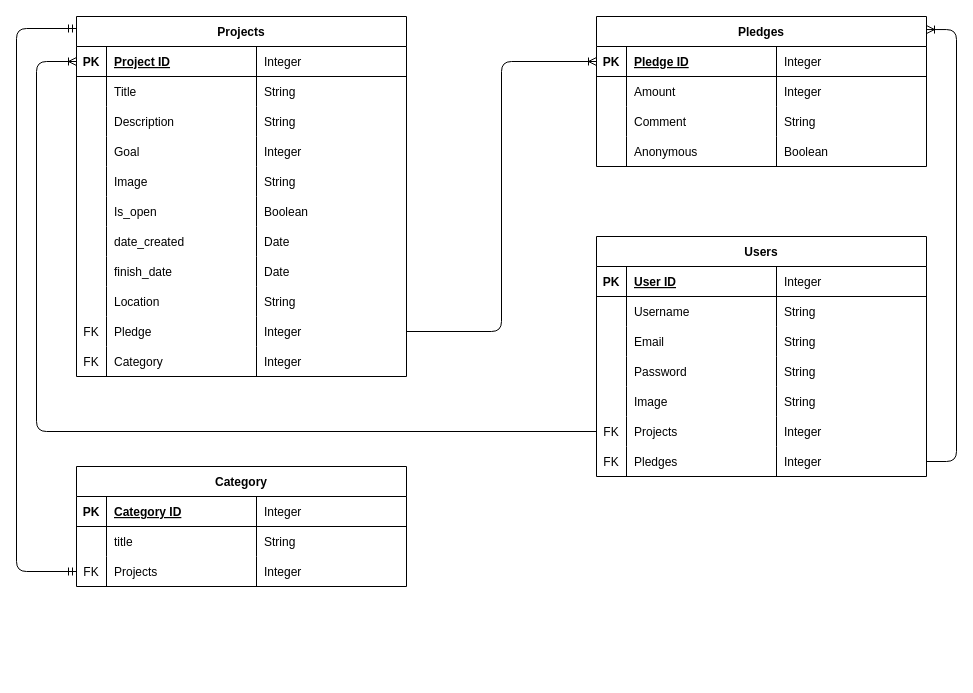
Earlier version of the draw.io diagram crowdfunding/sprout.drawio (ambo-n/crowdfunding_back_end). Source tidied: cells renumbered, new cells numbered last; positions are measured from the earlier drawing's top-left corner, leaving out a move shared by most shapes. Both pictures are drawn from the tidied source at 100%, with x=0, y=0 at pixel (16, 16).
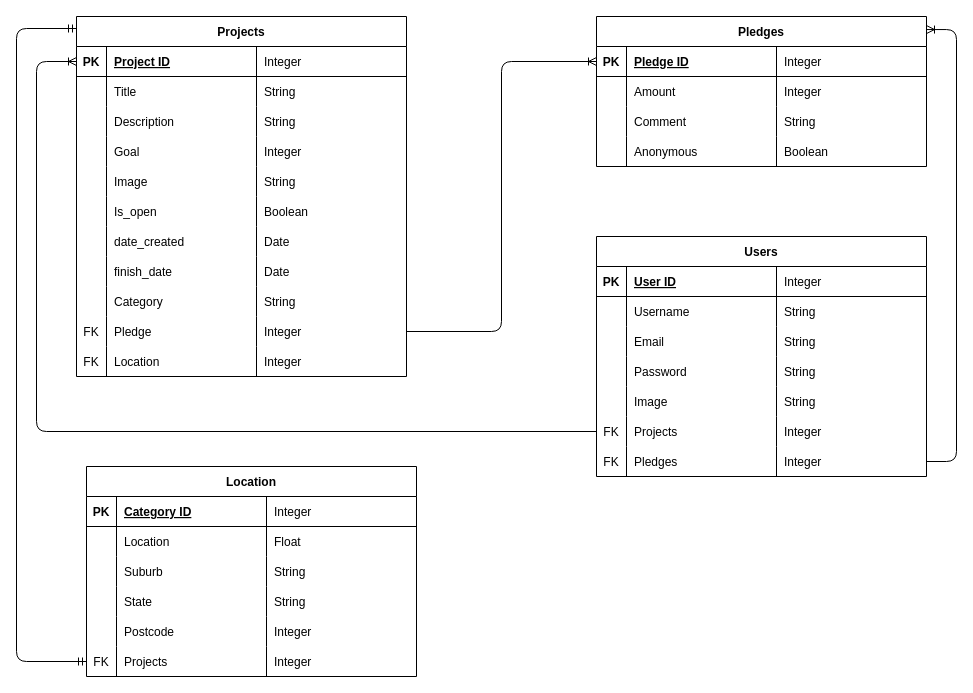
Above is the later version.

Unchanged cells that the change refers to:
```xml
<mxCell id="35" style="shape=tableRow;horizontal=0;startSize=0;swimlaneHead=0;swimlaneBody=0;fillColor=none;top=0;left=0;right=0;bottom=0;" parent="2" vertex="1">
  <mxGeometry y="270" width="330" height="30" as="geometry" />
</mxCell>
<mxCell id="43" style="shape=tableRow;horizontal=0;startSize=0;swimlaneHead=0;swimlaneBody=0;fillColor=none;top=0;left=0;right=0;bottom=0;" parent="2" vertex="1">
  <mxGeometry y="330" width="330" height="30" as="geometry" />
</mxCell>
```

Diff of the diagram source:
```diff
@@
-    <mxCell id="37" value="Location" style="shape=partialRectangle;fillColor=none;top=0;left=0;bottom=0;right=0;align=left;spacingLeft=6;overflow=hidden;" parent="35" vertex="1">
+    <mxCell id="37" value="Category" style="shape=partialRectangle;fillColor=none;top=0;left=0;bottom=0;right=0;align=left;spacingLeft=6;overflow=hidden;" parent="35" vertex="1">
       <mxGeometry x="30" width="150" height="30" as="geometry" />
     </mxCell>
@@
-    <mxCell id="45" value="Category" style="shape=partialRectangle;fillColor=none;top=0;left=0;bottom=0;right=0;align=left;spacingLeft=6;overflow=hidden;" parent="43" vertex="1">
+    <mxCell id="45" value="Location" style="shape=partialRectangle;fillColor=none;top=0;left=0;bottom=0;right=0;align=left;spacingLeft=6;overflow=hidden;" parent="43" vertex="1">
       <mxGeometry x="30" width="150" height="30" as="geometry" />
     </mxCell>
@@
-    <mxCell id="95" value="Category" style="shape=table;startSize=30;childLayout=tableLayout;rowLines=0;fontStyle=1;align=center;" parent="1" vertex="1">
-      <mxGeometry x="60" y="450" width="330" height="120" as="geometry" />
+    <mxCell id="95" value="Location" style="shape=table;startSize=30;childLayout=tableLayout;rowLines=0;fontStyle=1;align=center;" parent="1" vertex="1">
+      <mxGeometry x="70" y="450" width="330" height="210" as="geometry" />
     </mxCell>
@@
+    <mxCell id="110" style="shape=tableRow;horizontal=0;startSize=0;swimlaneHead=0;swimlaneBody=0;fillColor=none;top=0;left=0;right=0;bottom=0;" parent="95" vertex="1">
+      <mxGeometry y="60" width="330" height="30" as="geometry" />
+    </mxCell>
+    <mxCell id="111" style="shape=partialRectangle;fillColor=none;top=0;left=0;bottom=0;right=0;overflow=hidden;" parent="110" vertex="1">
+      <mxGeometry width="30" height="30" as="geometry" />
+    </mxCell>
+    <mxCell id="112" value="Location" style="shape=partialRectangle;fillColor=none;top=0;left=0;bottom=0;right=0;align=left;spacingLeft=6;overflow=hidden;" parent="110" vertex="1">
+      <mxGeometry x="30" width="150" height="30" as="geometry" />
+    </mxCell>
+    <mxCell id="113" value="Float" style="shape=partialRectangle;fillColor=none;top=0;left=0;bottom=0;right=0;align=left;spacingLeft=6;overflow=hidden;" parent="110" vertex="1">
+      <mxGeometry x="180" width="150" height="30" as="geometry" />
+    </mxCell>
+    <mxCell id="114" style="shape=tableRow;horizontal=0;startSize=0;swimlaneHead=0;swimlaneBody=0;fillColor=none;top=0;left=0;right=0;bottom=0;" parent="95" vertex="1">
+      <mxGeometry y="90" width="330" height="30" as="geometry" />
+    </mxCell>
+    <mxCell id="115" style="shape=partialRectangle;fillColor=none;top=0;left=0;bottom=0;right=0;overflow=hidden;" parent="114" vertex="1">
+      <mxGeometry width="30" height="30" as="geometry" />
+    </mxCell>
+    <mxCell id="116" value="Suburb" style="shape=partialRectangle;fillColor=none;top=0;left=0;bottom=0;right=0;align=left;spacingLeft=6;overflow=hidden;" parent="114" vertex="1">
+      <mxGeometry x="30" width="150" height="30" as="geometry" />
+    </mxCell>
+    <mxCell id="117" value="String" style="shape=partialRectangle;fillColor=none;top=0;left=0;bottom=0;right=0;align=left;spacingLeft=6;overflow=hidden;" parent="114" vertex="1">
+      <mxGeometry x="180" width="150" height="30" as="geometry" />
+    </mxCell>
     <mxCell id="100" style="shape=tableRow;horizontal=0;startSize=0;swimlaneHead=0;swimlaneBody=0;fillColor=none;top=0;left=0;right=0;bottom=0;" parent="95" vertex="1">
-      <mxGeometry y="60" width="330" height="30" as="geometry" />
+      <mxGeometry y="120" width="330" height="30" as="geometry" />
     </mxCell>
@@
-    <mxCell id="102" value="title" style="shape=partialRectangle;fillColor=none;top=0;left=0;bottom=0;right=0;align=left;spacingLeft=6;overflow=hidden;" parent="100" vertex="1">
+    <mxCell id="102" value="State" style="shape=partialRectangle;fillColor=none;top=0;left=0;bottom=0;right=0;align=left;spacingLeft=6;overflow=hidden;" parent="100" vertex="1">
       <mxGeometry x="30" width="150" height="30" as="geometry" />
     </mxCell>
@@
+    <mxCell id="118" style="shape=tableRow;horizontal=0;startSize=0;swimlaneHead=0;swimlaneBody=0;fillColor=none;top=0;left=0;right=0;bottom=0;" parent="95" vertex="1">
+      <mxGeometry y="150" width="330" height="30" as="geometry" />
+    </mxCell>
+    <mxCell id="119" style="shape=partialRectangle;fillColor=none;top=0;left=0;bottom=0;right=0;overflow=hidden;" parent="118" vertex="1">
+      <mxGeometry width="30" height="30" as="geometry" />
+    </mxCell>
+    <mxCell id="120" value="Postcode" style="shape=partialRectangle;fillColor=none;top=0;left=0;bottom=0;right=0;align=left;spacingLeft=6;overflow=hidden;" parent="118" vertex="1">
+      <mxGeometry x="30" width="150" height="30" as="geometry" />
+    </mxCell>
+    <mxCell id="121" value="Integer" style="shape=partialRectangle;fillColor=none;top=0;left=0;bottom=0;right=0;align=left;spacingLeft=6;overflow=hidden;" parent="118" vertex="1">
+      <mxGeometry x="180" width="150" height="30" as="geometry" />
+    </mxCell>
     <mxCell id="104" style="shape=tableRow;horizontal=0;startSize=0;swimlaneHead=0;swimlaneBody=0;fillColor=none;points=[[0,0.5],[1,0.5]];portConstraint=eastwest;top=0;left=0;right=0;bottom=0;" parent="95" vertex="1">
-      <mxGeometry y="90" width="330" height="30" as="geometry" />
+      <mxGeometry y="180" width="330" height="30" as="geometry" />
     </mxCell>
@@
     <mxCell id="108" style="edgeStyle=orthogonalEdgeStyle;fontSize=12;html=1;endArrow=ERmandOne;startArrow=ERmandOne;exitX=0;exitY=0.5;exitDx=0;exitDy=0;" parent="1" edge="1" source="104">
       <mxGeometry relative="1" as="geometry">
         <mxPoint x="60" y="12" as="targetPoint" />
         <Array as="points">
-          <mxPoint y="555" />
+          <mxPoint y="645" />
           <mxPoint y="12" />
         </Array>
       </mxGeometry>
     </mxCell>
```
